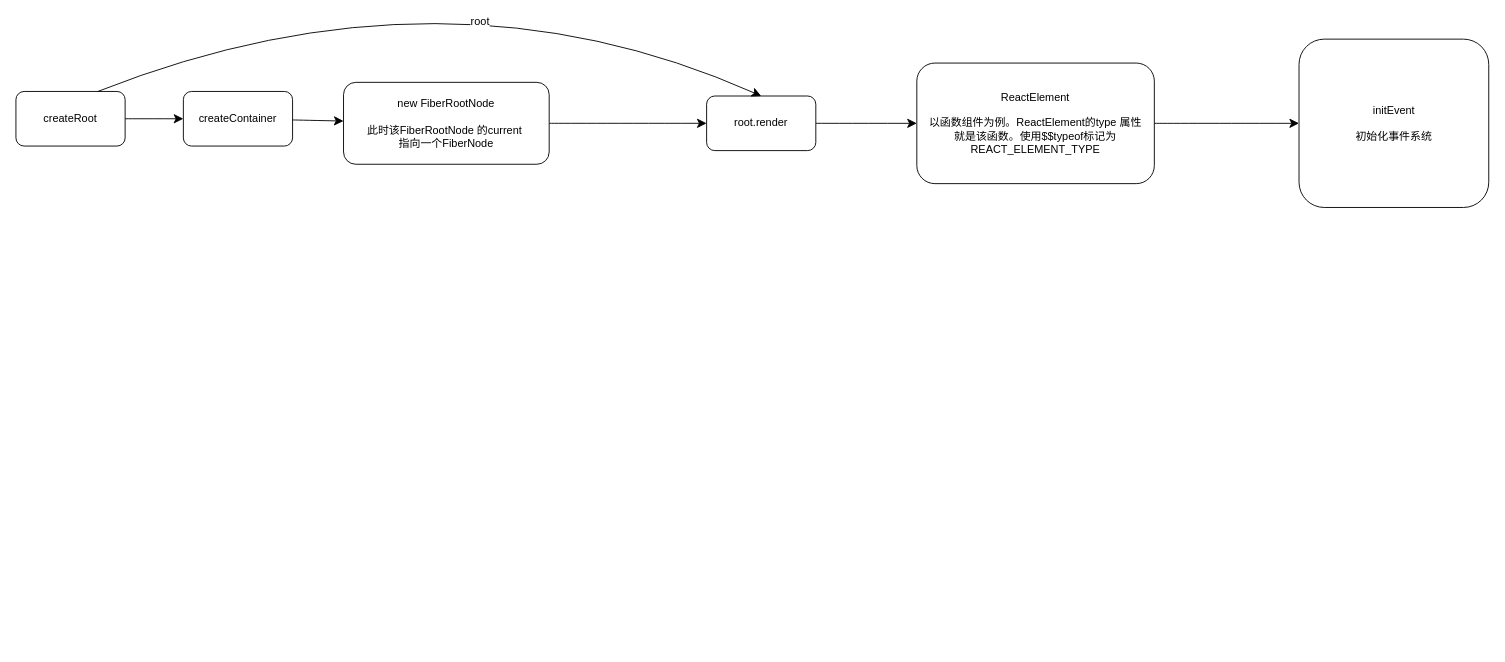
Earlier version of the draw.io diagram React/reactArchitecture.drawio (linround/gitBook). Source tidied: cells renumbered, new cells numbered last; positions are measured from the earlier drawing's top-left corner, leaving out a move shared by most shapes. Both pictures are drawn from the tidied source at 91%, with x=0, y=0 at pixel (15, -46).
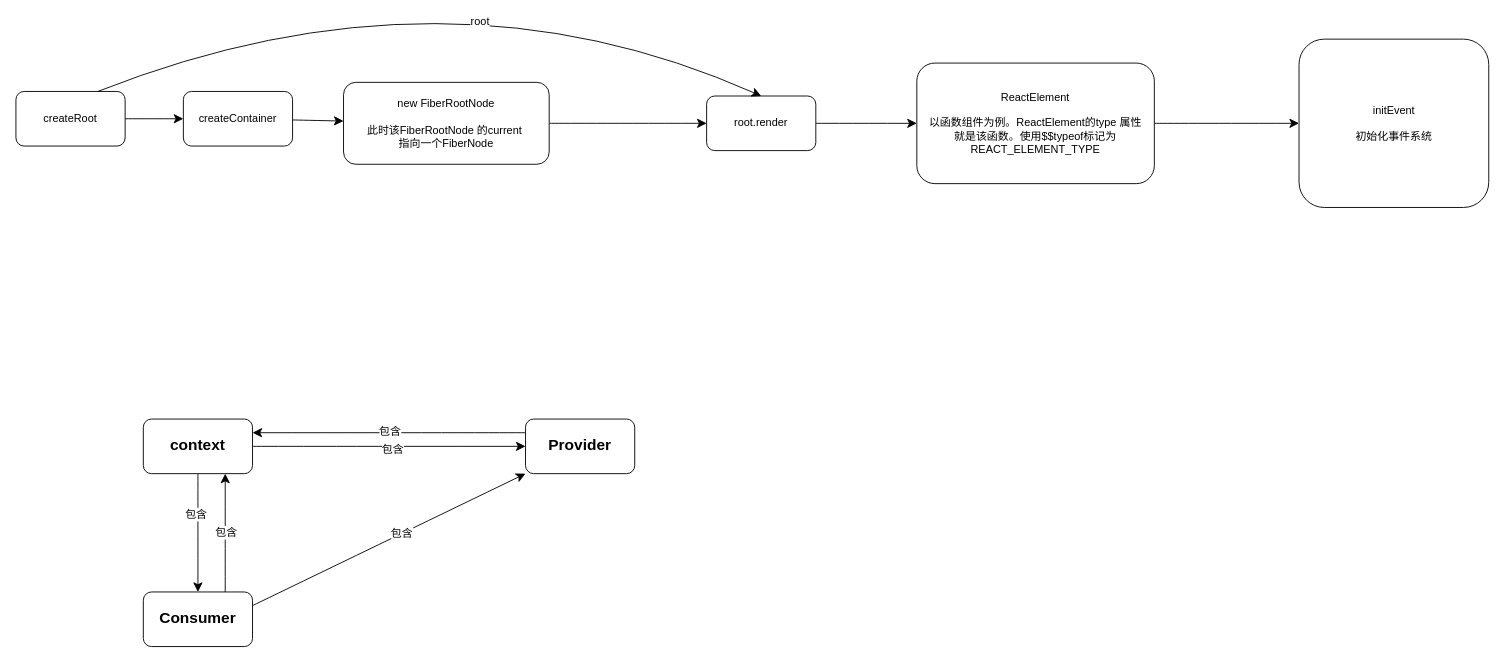
The same diagram, later.

What changed in the source:
```diff
@@
+    <mxCell id="15" style="edgeStyle=none;curved=1;rounded=0;jettySize=auto;html=1;fontSize=12;startSize=8;endSize=8;" parent="1" edge="1" source="19" target="22">
+      <mxGeometry relative="1" as="geometry" />
+    </mxCell>
+    <mxCell id="16" value="包含" style="edgeLabel;html=1;align=center;verticalAlign=middle;fontSize=12;" parent="15" vertex="1">
+      <mxGeometry x="0.02" y="-3" relative="1" as="geometry" />
+    </mxCell>
+    <mxCell id="17" style="edgeStyle=none;curved=1;rounded=0;jettySize=auto;html=1;fontSize=12;startSize=8;endSize=8;" parent="1" edge="1" source="19" target="27">
+      <mxGeometry relative="1" as="geometry" />
+    </mxCell>
+    <mxCell id="18" value="包含" style="edgeLabel;html=1;align=center;verticalAlign=middle;fontSize=12;" parent="17" vertex="1">
+      <mxGeometry x="-0.33" y="-3" relative="1" as="geometry" />
+    </mxCell>
+    <mxCell id="19" value="&lt;b&gt;&lt;font style=&quot;font-size: 17px;&quot;&gt;context&lt;/font&gt;&lt;/b&gt;" style="rounded=1;whiteSpace=wrap;html=1;" parent="1" vertex="1">
+      <mxGeometry x="140" y="510" width="120" height="60" as="geometry" />
+    </mxCell>
+    <mxCell id="20" style="edgeStyle=none;curved=1;rounded=0;jettySize=auto;html=1;exitX=0;exitY=0.25;exitDx=0;exitDy=0;entryX=1;entryY=0.25;entryDx=0;entryDy=0;fontSize=12;startSize=8;endSize=8;" parent="1" edge="1" source="22" target="19">
+      <mxGeometry relative="1" as="geometry" />
+    </mxCell>
+    <mxCell id="21" value="包含" style="edgeLabel;html=1;align=center;verticalAlign=middle;fontSize=12;" parent="20" vertex="1">
+      <mxGeometry y="-2" relative="1" as="geometry" />
+    </mxCell>
+    <mxCell id="22" value="&lt;b&gt;&lt;font style=&quot;font-size: 17px;&quot;&gt;Provider&lt;/font&gt;&lt;/b&gt;" style="rounded=1;whiteSpace=wrap;html=1;" parent="1" vertex="1">
+      <mxGeometry x="560" y="510" width="120" height="60" as="geometry" />
+    </mxCell>
+    <mxCell id="23" style="edgeStyle=none;curved=1;rounded=0;jettySize=auto;html=1;exitX=0.75;exitY=0;exitDx=0;exitDy=0;entryX=0.75;entryY=1;entryDx=0;entryDy=0;fontSize=12;startSize=8;endSize=8;" parent="1" edge="1" source="27" target="19">
+      <mxGeometry relative="1" as="geometry" />
+    </mxCell>
+    <mxCell id="24" value="包含" style="edgeLabel;html=1;align=center;verticalAlign=middle;fontSize=12;" parent="23" vertex="1">
+      <mxGeometry x="0.02" relative="1" as="geometry" />
+    </mxCell>
+    <mxCell id="25" style="edgeStyle=none;curved=1;rounded=0;jettySize=auto;html=1;exitX=1;exitY=0.25;exitDx=0;exitDy=0;entryX=0;entryY=1;entryDx=0;entryDy=0;fontSize=12;startSize=8;endSize=8;" parent="1" edge="1" source="27" target="22">
+      <mxGeometry relative="1" as="geometry" />
+    </mxCell>
+    <mxCell id="26" value="包含" style="edgeLabel;html=1;align=center;verticalAlign=middle;fontSize=12;" parent="25" vertex="1">
+      <mxGeometry x="0.09" relative="1" as="geometry" />
+    </mxCell>
+    <mxCell id="27" value="&lt;b&gt;&lt;font style=&quot;font-size: 17px;&quot;&gt;Consumer&lt;/font&gt;&lt;/b&gt;" style="rounded=1;whiteSpace=wrap;html=1;" parent="1" vertex="1">
+      <mxGeometry x="140" y="700" width="120" height="60" as="geometry" />
+    </mxCell>
```
